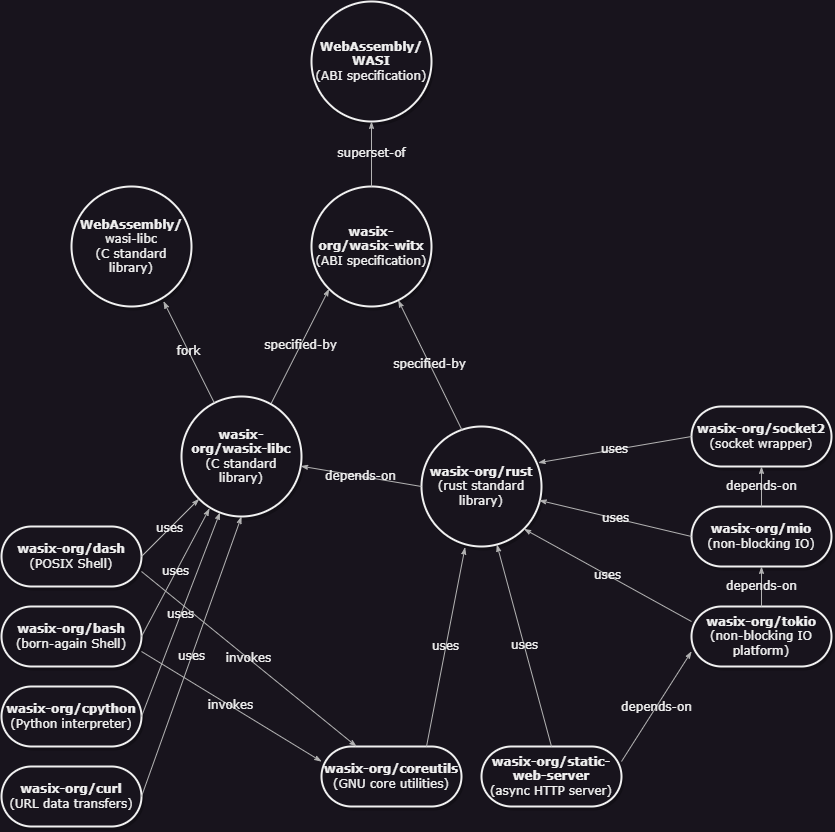
zebreus/wasix-witx keeps this draw.io diagram as dependencies.drawio.png. Above is the earlier version. Source tidied: cells renumbered, new cells last; positions are measured from the earlier drawing's top-left corner, leaving out a move shared by most shapes.
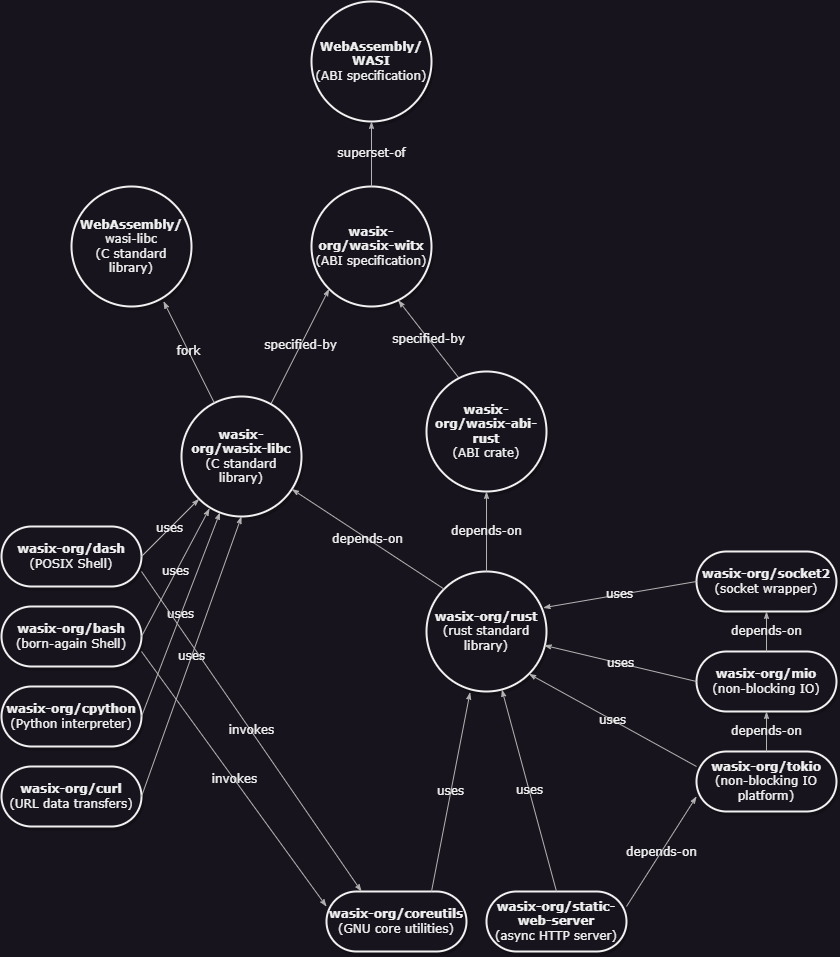
The same diagram one commit later.

What changed in the source:
```diff
@@ -12,22 +12,22 @@
       <mxGeometry x="180" y="395" width="120" height="120" as="geometry" />
     </mxCell>
     <mxCell id="5" value="&lt;b&gt;wasix-org/rust&lt;/b&gt;&lt;br&gt;(rust standard library)" style="ellipse;whiteSpace=wrap;html=1;rounded=1;shadow=1;comic=0;labelBackgroundColor=none;strokeWidth=2;fontFamily=Verdana;fontSize=12;align=center;" parent="1" vertex="1">
-      <mxGeometry x="420" y="425" width="120" height="120" as="geometry" />
+      <mxGeometry x="425" y="570" width="120" height="120" as="geometry" />
     </mxCell>
-    <mxCell id="6" value="depends-on" style="edgeStyle=none;rounded=1;html=1;labelBackgroundColor=none;startArrow=none;startFill=0;startSize=5;endArrow=classicThin;endFill=1;endSize=5;jettySize=auto;strokeColor=#B3B3B3;strokeWidth=1;fontFamily=Verdana;fontSize=12;exitX=0;exitY=0.5;exitDx=0;exitDy=0;" parent="1" edge="1" source="5" target="4">
+    <mxCell id="6" value="depends-on" style="edgeStyle=none;rounded=1;html=1;labelBackgroundColor=none;startArrow=none;startFill=0;startSize=5;endArrow=classicThin;endFill=1;endSize=5;jettySize=auto;strokeColor=#B3B3B3;strokeWidth=1;fontFamily=Verdana;fontSize=12;exitX=0;exitY=0;exitDx=0;exitDy=0;" parent="1" edge="1" source="5" target="4">
       <mxGeometry relative="1" as="geometry" />
     </mxCell>
-    <mxCell id="7" value="specified-by" style="edgeStyle=none;rounded=1;html=1;labelBackgroundColor=none;startArrow=none;startFill=0;startSize=5;endArrow=classicThin;endFill=1;endSize=5;jettySize=auto;strokeColor=#B3B3B3;strokeWidth=1;fontFamily=Verdana;fontSize=12;exitX=0.34;exitY=0.035;exitDx=0;exitDy=0;entryX=0.723;entryY=0.948;entryDx=0;entryDy=0;exitPerimeter=0;entryPerimeter=0;" parent="1" edge="1" source="5" target="2">
+    <mxCell id="7" value="specified-by" style="edgeStyle=none;rounded=1;html=1;labelBackgroundColor=none;startArrow=none;startFill=0;startSize=5;endArrow=classicThin;endFill=1;endSize=5;jettySize=auto;strokeColor=#B3B3B3;strokeWidth=1;fontFamily=Verdana;fontSize=12;exitX=0.268;exitY=0.052;exitDx=0;exitDy=0;entryX=0.723;entryY=0.948;entryDx=0;entryDy=0;entryPerimeter=0;exitPerimeter=0;" parent="1" edge="1" source="35" target="2">
       <mxGeometry relative="1" as="geometry" />
     </mxCell>
     <mxCell id="8" value="&lt;b&gt;wasix-org/mio&lt;/b&gt;&lt;br&gt;(non-blocking IO)" style="whiteSpace=wrap;html=1;rounded=1;shadow=1;comic=0;labelBackgroundColor=none;strokeWidth=2;fontFamily=Verdana;fontSize=12;align=center;arcSize=50;" parent="1" vertex="1">
-      <mxGeometry x="690" y="505" width="140" height="60" as="geometry" />
+      <mxGeometry x="695" y="650" width="140" height="60" as="geometry" />
     </mxCell>
     <mxCell id="9" value="&lt;b&gt;wasix-org/tokio&lt;/b&gt;&lt;br&gt;(non-blocking IO platform)" style="whiteSpace=wrap;html=1;rounded=1;shadow=1;comic=0;labelBackgroundColor=none;strokeWidth=2;fontFamily=Verdana;fontSize=12;align=center;arcSize=50;" parent="1" vertex="1">
-      <mxGeometry x="690" y="605" width="140" height="60" as="geometry" />
+      <mxGeometry x="695" y="750" width="140" height="60" as="geometry" />
     </mxCell>
     <mxCell id="10" value="&lt;b&gt;wasix-org/socket2&lt;/b&gt;&lt;br&gt;(socket wrapper)" style="whiteSpace=wrap;html=1;rounded=1;shadow=1;comic=0;labelBackgroundColor=none;strokeWidth=2;fontFamily=Verdana;fontSize=12;align=center;arcSize=50;" parent="1" vertex="1">
-      <mxGeometry x="690" y="405" width="140" height="60" as="geometry" />
+      <mxGeometry x="695" y="550" width="140" height="60" as="geometry" />
     </mxCell>
     <mxCell id="11" value="uses" style="edgeStyle=none;rounded=1;html=1;labelBackgroundColor=none;startArrow=none;startFill=0;startSize=5;endArrow=classicThin;endFill=1;endSize=5;jettySize=auto;strokeColor=#B3B3B3;strokeWidth=1;fontFamily=Verdana;fontSize=12;exitX=0;exitY=0.5;exitDx=0;exitDy=0;entryX=0.973;entryY=0.302;entryDx=0;entryDy=0;entryPerimeter=0;" parent="1" edge="1" source="10" target="5">
       <mxGeometry relative="1" as="geometry" />
@@ -45,7 +45,7 @@
       <mxGeometry relative="1" as="geometry" />
     </mxCell>
     <mxCell id="16" value="&lt;b&gt;wasix-org/static-web-server&lt;/b&gt;&lt;br&gt;(async HTTP server)" style="whiteSpace=wrap;html=1;rounded=1;shadow=1;comic=0;labelBackgroundColor=none;strokeWidth=2;fontFamily=Verdana;fontSize=12;align=center;arcSize=50;" parent="1" vertex="1">
-      <mxGeometry x="480" y="745" width="140" height="60" as="geometry" />
+      <mxGeometry x="485" y="890" width="140" height="60" as="geometry" />
     </mxCell>
     <mxCell id="17" value="uses" style="edgeStyle=none;rounded=1;html=1;labelBackgroundColor=none;startArrow=none;startFill=0;startSize=5;endArrow=classicThin;endFill=1;endSize=5;jettySize=auto;strokeColor=#B3B3B3;strokeWidth=1;fontFamily=Verdana;fontSize=12;exitX=0.5;exitY=0;exitDx=0;exitDy=0;" parent="1" edge="1" source="16" target="5">
       <mxGeometry relative="1" as="geometry" />
@@ -80,7 +80,7 @@
       <mxGeometry relative="1" as="geometry" />
     </mxCell>
     <mxCell id="27" value="&lt;b&gt;wasix-org/coreutils&lt;/b&gt;&lt;br&gt;(GNU core utilities)" style="whiteSpace=wrap;html=1;rounded=1;shadow=1;comic=0;labelBackgroundColor=none;strokeWidth=2;fontFamily=Verdana;fontSize=12;align=center;arcSize=50;" parent="1" vertex="1">
-      <mxGeometry x="320" y="745" width="140" height="60" as="geometry" />
+      <mxGeometry x="325" y="890" width="140" height="60" as="geometry" />
     </mxCell>
     <mxCell id="28" value="uses" style="edgeStyle=none;rounded=1;html=1;labelBackgroundColor=none;startArrow=none;startFill=0;startSize=5;endArrow=classicThin;endFill=1;endSize=5;jettySize=auto;strokeColor=#B3B3B3;strokeWidth=1;fontFamily=Verdana;fontSize=12;exitX=0.75;exitY=0;exitDx=0;exitDy=0;entryX=0.363;entryY=1.007;entryDx=0;entryDy=0;entryPerimeter=0;" parent="1" edge="1" source="27" target="5">
       <mxGeometry relative="1" as="geometry" />
@@ -103,5 +103,11 @@
     <mxCell id="34" value="fork" style="edgeStyle=none;rounded=1;html=1;labelBackgroundColor=none;startArrow=none;startFill=0;startSize=5;endArrow=classicThin;endFill=1;endSize=5;jettySize=auto;strokeColor=#B3B3B3;strokeWidth=1;fontFamily=Verdana;fontSize=12;entryX=0.767;entryY=0.957;entryDx=0;entryDy=0;entryPerimeter=0;" parent="1" edge="1" source="4" target="33">
       <mxGeometry relative="1" as="geometry" />
     </mxCell>
+    <mxCell id="35" value="&lt;b&gt;wasix-org/wasix-abi-rust&lt;/b&gt;&lt;br&gt;(ABI crate)" style="ellipse;whiteSpace=wrap;html=1;rounded=1;shadow=1;comic=0;labelBackgroundColor=none;strokeWidth=2;fontFamily=Verdana;fontSize=12;align=center;" parent="1" vertex="1">
+      <mxGeometry x="425" y="370" width="120" height="120" as="geometry" />
+    </mxCell>
+    <mxCell id="36" value="depends-on" style="edgeStyle=none;rounded=1;html=1;labelBackgroundColor=none;startArrow=none;startFill=0;startSize=5;endArrow=classicThin;endFill=1;endSize=5;jettySize=auto;strokeColor=#B3B3B3;strokeWidth=1;fontFamily=Verdana;fontSize=12;exitX=0.5;exitY=0;exitDx=0;exitDy=0;entryX=0.5;entryY=1;entryDx=0;entryDy=0;" parent="1" edge="1" source="5" target="35">
+      <mxGeometry relative="1" as="geometry" />
+    </mxCell>
   </root>
 </mxGraphModel>
```
